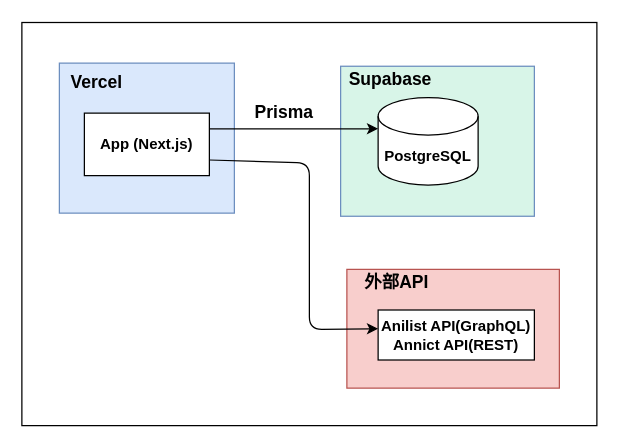
Toshiki29681222/ani-review keeps this draw.io diagram as docs/システム構成図.drawio. Above is the earlier version. Source tidied: cells renumbered, new cells numbered last; positions are measured from the earlier drawing's top-left corner, leaving out a move shared by most shapes. Both pictures are drawn from the tidied source at 125%, with x=0, y=0 at pixel (21, 22).
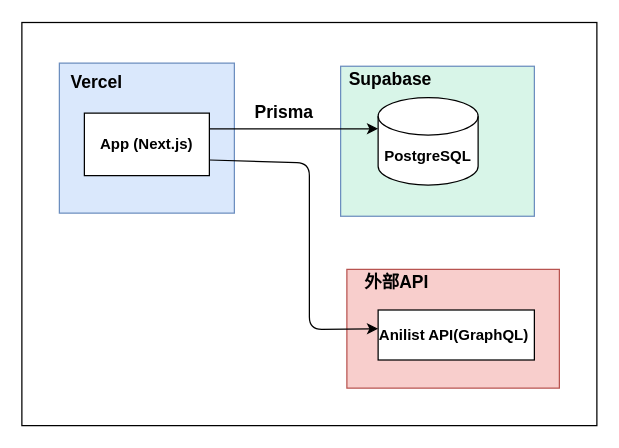
Above is the later version.

What changed in the source:
```diff
@@
 <mxGraphModel>
   <root>
     <mxCell id="0" />
     <mxCell id="1" parent="0" />
     <mxCell id="2" style="rounded=0;whiteSpace=wrap;html=1;" parent="1" vertex="1">
       <mxGeometry y="-0.5" width="460" height="322.5" as="geometry" />
     </mxCell>
     <mxCell id="3" style="rounded=0;whiteSpace=wrap;html=1;fillColor=#f8cecc;strokeColor=#b85450;" parent="1" vertex="1">
       <mxGeometry x="260" y="197" width="170" height="95" as="geometry" />
     </mxCell>
     <mxCell id="4" style="rounded=0;whiteSpace=wrap;html=1;fillColor=light-dark(#d8f5e8, #1d293b);strokeColor=#6c8ebf;" parent="1" vertex="1">
       <mxGeometry x="255" y="34.5" width="155" height="120" as="geometry" />
     </mxCell>
     <mxCell id="5" style="rounded=0;whiteSpace=wrap;html=1;fillColor=#dae8fc;strokeColor=#6c8ebf;" parent="1" vertex="1">
       <mxGeometry x="30" y="32" width="140" height="120" as="geometry" />
     </mxCell>
     <mxCell id="6" value="&lt;b&gt;&lt;font style=&quot;font-size: 14px;&quot;&gt;Vercel&lt;/font&gt;&lt;/b&gt;" style="text;html=1;align=center;verticalAlign=middle;whiteSpace=wrap;rounded=0;" parent="1" vertex="1">
       <mxGeometry x="30" y="32" width="60" height="30" as="geometry" />
     </mxCell>
     <mxCell id="7" style="edgeStyle=none;html=1;entryX=0;entryY=0.375;entryDx=0;entryDy=0;exitX=1;exitY=0.75;exitDx=0;exitDy=0;entryPerimeter=0;" parent="1" edge="1" source="8" target="13">
       <mxGeometry relative="1" as="geometry">
         <Array as="points">
           <mxPoint x="230" y="112" />
           <mxPoint x="230" y="245" />
         </Array>
       </mxGeometry>
     </mxCell>
     <mxCell id="8" value="&lt;b&gt;App (Next.js)&lt;/b&gt;" style="rounded=0;whiteSpace=wrap;html=1;" parent="1" vertex="1">
       <mxGeometry x="50" y="72" width="100" height="50" as="geometry" />
     </mxCell>
     <mxCell id="9" value="&lt;b&gt;&lt;font style=&quot;font-size: 14px;&quot;&gt;Supabase&lt;/font&gt;&lt;/b&gt;" style="text;html=1;align=center;verticalAlign=middle;whiteSpace=wrap;rounded=0;" parent="1" vertex="1">
       <mxGeometry x="265" y="29.5" width="60" height="30" as="geometry" />
     </mxCell>
     <mxCell id="10" value="&lt;b&gt;PostgreSQL&lt;/b&gt;" style="shape=cylinder3;whiteSpace=wrap;html=1;boundedLbl=1;backgroundOutline=1;size=15;" parent="1" vertex="1">
       <mxGeometry x="285" y="59.5" width="80" height="70" as="geometry" />
     </mxCell>
     <mxCell id="11" style="edgeStyle=none;html=1;entryX=0;entryY=0;entryDx=0;entryDy=25;entryPerimeter=0;exitX=1;exitY=0.25;exitDx=0;exitDy=0;" parent="1" edge="1" source="8" target="10">
       <mxGeometry relative="1" as="geometry" />
     </mxCell>
     <mxCell id="12" value="&lt;span style=&quot;font-size: 14px;&quot;&gt;&lt;b&gt;外部API&lt;/b&gt;&lt;/span&gt;" style="text;html=1;align=center;verticalAlign=middle;whiteSpace=wrap;rounded=0;" parent="1" vertex="1">
       <mxGeometry x="270" y="192" width="60" height="30" as="geometry" />
     </mxCell>
-    <mxCell id="13" value="&lt;b&gt;Anilist API(GraphQL) Annict API(REST)&lt;/b&gt;" style="rounded=0;whiteSpace=wrap;html=1;" parent="1" vertex="1">
+    <mxCell id="13" value="&lt;b&gt;Anilist API(GraphQL)&amp;nbsp;&lt;/b&gt;" style="rounded=0;whiteSpace=wrap;html=1;" parent="1" vertex="1">
       <mxGeometry x="285" y="229.5" width="125" height="40" as="geometry" />
     </mxCell>
     <mxCell id="14" value="&lt;b&gt;&lt;font style=&quot;font-size: 14px;&quot;&gt;Prisma&lt;/font&gt;&lt;/b&gt;" style="text;html=1;align=center;verticalAlign=middle;whiteSpace=wrap;rounded=0;" parent="1" vertex="1">
       <mxGeometry x="180" y="56" width="60" height="30" as="geometry" />
     </mxCell>
   </root>
 </mxGraphModel>
```
